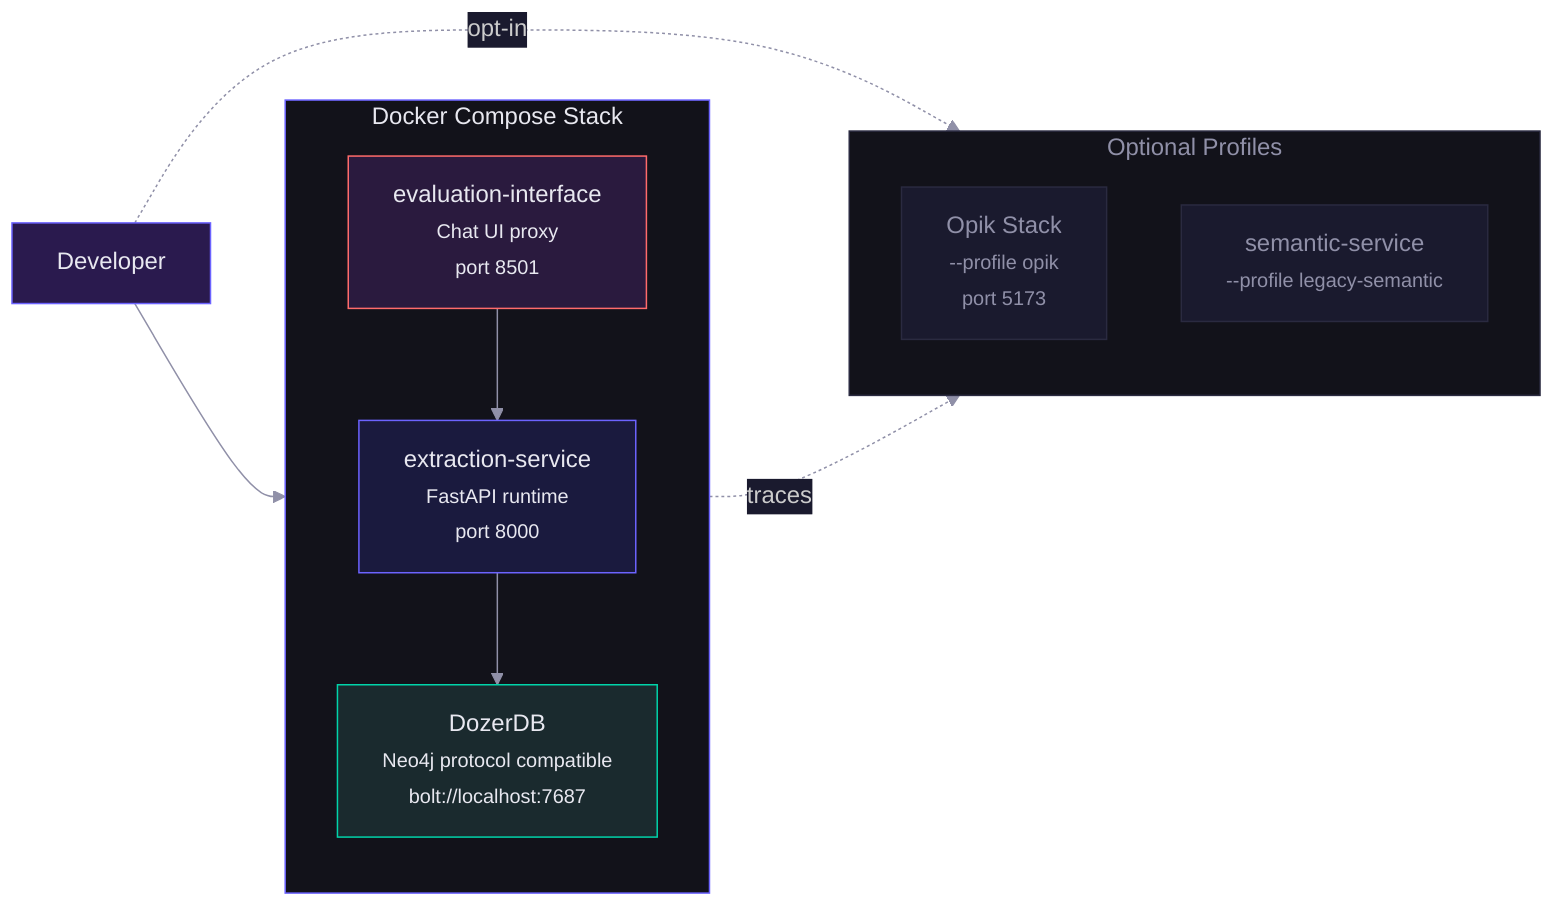
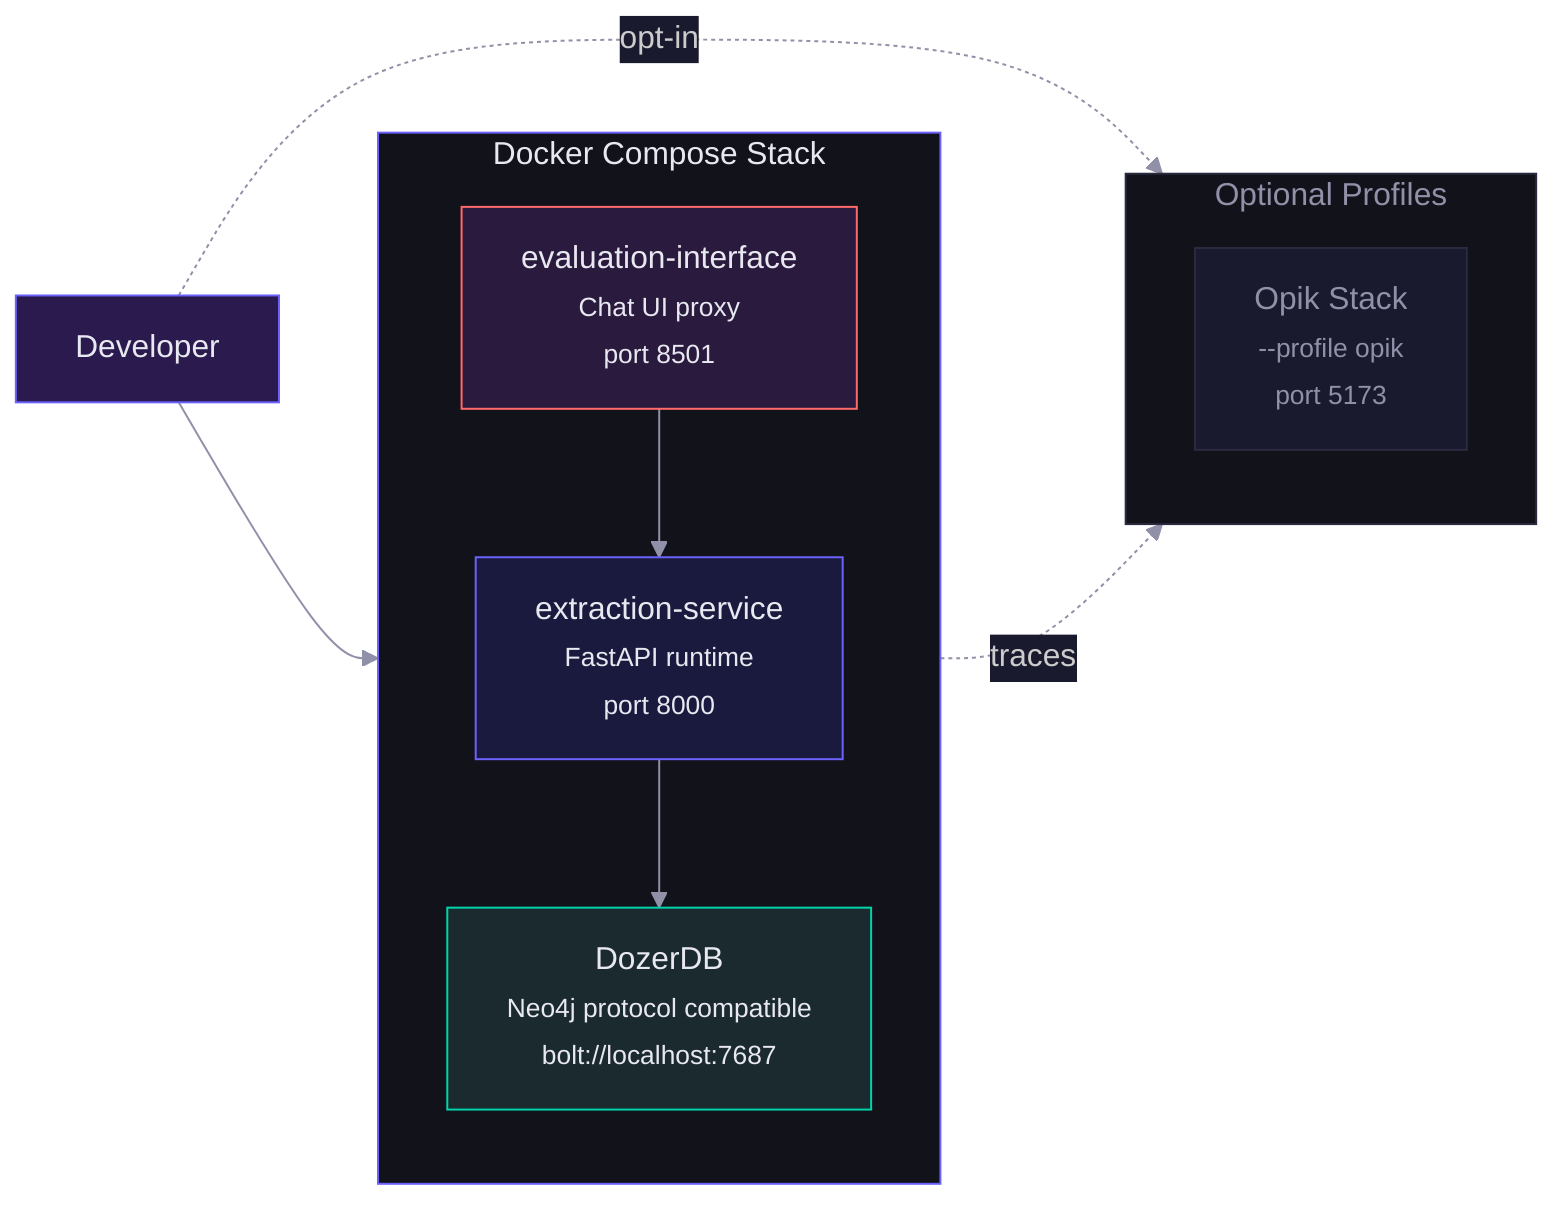
%%{init: {'theme': 'dark', 'themeVariables': {'primaryColor': '#6c63ff', 'primaryTextColor': '#e8e8f0', 'primaryBorderColor': '#6c63ff', 'lineColor': '#9090a8', 'secondaryColor': '#1a1a2e', 'tertiaryColor': '#12121a', 'background': '#0a0a0f', 'mainBkg': '#1a1a2e', 'nodeBorder': '#6c63ff', 'clusterBkg': '#12121a', 'clusterBorder': '#2a2a40', 'titleColor': '#e8e8f0', 'edgeLabelBackground': '#1a1a2e'}}}%%
flowchart LR
    subgraph DOCKER ["Docker Compose Stack"]
        direction TB
        NEO["DozerDB<br/><small>Neo4j protocol compatible<br/>bolt://localhost:7687</small>"]
        EXT["extraction-service<br/><small>FastAPI runtime<br/>port 8000</small>"]
        EVAL["evaluation-interface<br/><small>Chat UI proxy<br/>port 8501</small>"]
    end

    subgraph OPTIONAL ["Optional Profiles"]
        direction TB
        OPIK["Opik Stack<br/><small>--profile opik<br/>port 5173</small>"]
-         SEM["semantic-service<br/><small>--profile legacy-semantic</small>"]
    end

    USER["Developer"] --> EVAL
    EVAL --> EXT
    EXT --> NEO
    USER -.->|"opt-in"| OPIK
    EXT -.->|"traces"| OPIK

    style DOCKER fill:#12121a,stroke:#6c63ff,color:#e8e8f0
    style OPTIONAL fill:#12121a,stroke:#2a2a40,color:#9090a8
    style NEO fill:#1a2a2e,stroke:#00d4aa,color:#e8e8f0
    style EXT fill:#1a1a3e,stroke:#6c63ff,color:#e8e8f0
    style EVAL fill:#2a1a3e,stroke:#ff6b6b,color:#e8e8f0
    style OPIK fill:#1a1a2e,stroke:#2a2a40,color:#9090a8
-     style SEM fill:#1a1a2e,stroke:#2a2a40,color:#9090a8
    style USER fill:#2a1a4e,stroke:#6c63ff,color:#e8e8f0
